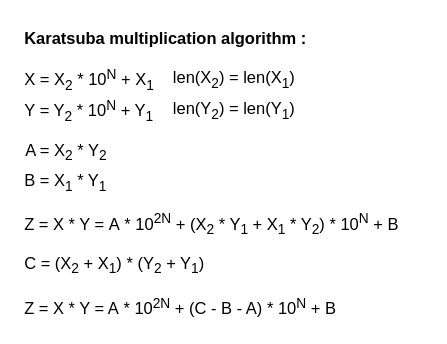
Above: projects/examples/source/08.14.drawio in i-s-m-mipt/Education (draw.io), before the change. Source tidied: cells renumbered, new cells numbered last; positions are measured from the earlier drawing's top-left corner, leaving out a move shared by most shapes. Both pictures are drawn from the tidied source at 103%, with x=0, y=0 at pixel (18, 18).
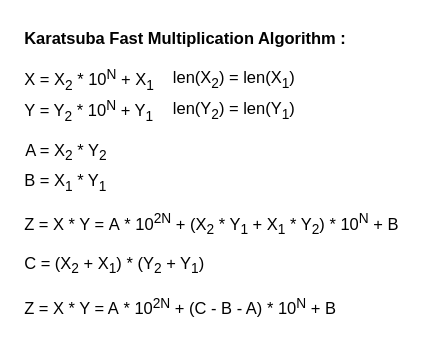
Above is the later version.

Change to the diagram source:
```diff
@@
 <mxGraphModel>
   <root>
     <mxCell id="0" />
     <mxCell id="1" parent="0" />
-    <mxCell id="2" value="&lt;font face=&quot;Helvetica&quot; style=&quot;font-size: 16px; color: rgb(0, 0, 0);&quot;&gt;&lt;b&gt;&lt;span style=&quot;background-color: rgb(255, 255, 255);&quot;&gt;&amp;nbsp;Karatsuba &lt;/span&gt;multiplication algorithm&amp;nbsp;:&lt;/b&gt;&lt;/font&gt;" style="text;html=1;align=left;verticalAlign=middle;whiteSpace=wrap;rounded=0;" parent="1" vertex="1">
-      <mxGeometry width="320" height="40" as="geometry" />
+    <mxCell id="2" value="&lt;font face=&quot;Helvetica&quot; style=&quot;font-size: 16px; color: rgb(0, 0, 0);&quot;&gt;&lt;b&gt;&lt;span style=&quot;background-color: rgb(255, 255, 255);&quot;&gt;&amp;nbsp;Karatsuba Fast M&lt;/span&gt;ultiplication Algorithm&amp;nbsp;:&lt;/b&gt;&lt;/font&gt;" style="text;html=1;align=left;verticalAlign=middle;whiteSpace=wrap;rounded=0;" parent="1" vertex="1">
+      <mxGeometry width="400" height="40" as="geometry" />
     </mxCell>
     <mxCell id="3" value="&lt;font style=&quot;&quot;&gt;&lt;span&gt;&lt;span style=&quot;font-size: 16px;&quot;&gt;&amp;nbsp;&lt;/span&gt;&lt;span style=&quot;font-size: 16px;&quot;&gt;X&lt;/span&gt;&lt;span style=&quot;font-size: 16px;&quot;&gt; = X&lt;sub&gt;2&lt;/sub&gt;&lt;/span&gt;&lt;span style=&quot;font-size: 16px;&quot;&gt;&amp;nbsp;* 10&lt;sup&gt;N&lt;/sup&gt;&lt;/span&gt;&lt;span style=&quot;font-size: 16px;&quot;&gt;&amp;nbsp;+ &lt;/span&gt;&lt;span style=&quot;font-size: 16px;&quot;&gt;X&lt;sub style=&quot;&quot;&gt;1&lt;/sub&gt;&lt;/span&gt;&lt;/span&gt;&lt;/font&gt;" style="text;html=1;align=left;verticalAlign=middle;whiteSpace=wrap;rounded=0;fontStyle=0;" parent="1" vertex="1">
       <mxGeometry y="40" width="140" height="40" as="geometry" />
     </mxCell>
     <mxCell id="4" value="&lt;font style=&quot;font-size: 16px;&quot;&gt;&lt;span&gt;&amp;nbsp;Y&amp;nbsp;= Y&lt;sub style=&quot;&quot;&gt;2&lt;/sub&gt;&amp;nbsp;* 10&lt;sup style=&quot;&quot;&gt;N&lt;/sup&gt; + Y&lt;sub style=&quot;&quot;&gt;1&lt;/sub&gt;&lt;/span&gt;&lt;/font&gt;" style="text;html=1;align=left;verticalAlign=middle;whiteSpace=wrap;rounded=0;fontStyle=0;" parent="1" vertex="1">
       <mxGeometry y="70" width="140" height="40" as="geometry" />
     </mxCell>
     <mxCell id="5" value="&lt;span&gt;&lt;font style=&quot;font-size: 16px;&quot;&gt;&amp;nbsp;Z&amp;nbsp;=&amp;nbsp;X * Y =&amp;nbsp;&lt;/font&gt;&lt;span style=&quot;font-size: 16px;&quot;&gt;A&amp;nbsp;* 10&lt;sup&gt;2N&lt;/sup&gt;&amp;nbsp;+ (X&lt;sub&gt;2&lt;/sub&gt; * Y&lt;sub&gt;1&lt;/sub&gt; + X&lt;sub&gt;1&lt;/sub&gt; * Y&lt;sub&gt;2&lt;/sub&gt;) * 10&lt;sup&gt;N&lt;/sup&gt; +&amp;nbsp;&lt;/span&gt;&lt;span style=&quot;font-size: 16px;&quot;&gt;B&lt;/span&gt;&lt;/span&gt;" style="text;html=1;align=left;verticalAlign=middle;whiteSpace=wrap;rounded=0;fontStyle=0;" parent="1" vertex="1">
       <mxGeometry y="180" width="380" height="40" as="geometry" />
     </mxCell>
     <mxCell id="6" value="&lt;font style=&quot;font-size: 16px;&quot;&gt;&lt;span&gt;&amp;nbsp;Z&amp;nbsp;=&amp;nbsp;X * Y = A&amp;nbsp;* 10&lt;sup&gt;2N&lt;/sup&gt; + (C - B - A) * 10&lt;sup&gt;N&lt;/sup&gt; + B&lt;/span&gt;&lt;/font&gt;" style="text;html=1;align=left;verticalAlign=middle;whiteSpace=wrap;rounded=0;fontStyle=0;" parent="1" vertex="1">
       <mxGeometry y="260" width="320" height="40" as="geometry" />
     </mxCell>
     <mxCell id="7" value="&lt;span style=&quot;font-size: 16px;&quot;&gt;&lt;span&gt;&amp;nbsp;A = X&lt;sub&gt;2&lt;/sub&gt; * Y&lt;sub&gt;2&lt;/sub&gt;&lt;/span&gt;&lt;/span&gt;" style="text;html=1;align=left;verticalAlign=middle;whiteSpace=wrap;rounded=0;fontStyle=0;" parent="1" vertex="1">
       <mxGeometry x="1" y="110" width="99" height="40" as="geometry" />
     </mxCell>
     <mxCell id="8" value="&lt;span&gt;&lt;span style=&quot;font-size: 16px;&quot;&gt;&amp;nbsp;&lt;/span&gt;&lt;span style=&quot;font-size: 16px;&quot;&gt;B&lt;/span&gt;&lt;span style=&quot;font-size: 16px;&quot;&gt;&amp;nbsp;= X&lt;sub&gt;1&lt;/sub&gt;&lt;/span&gt;&lt;span style=&quot;font-size: 16px;&quot;&gt;&amp;nbsp;* Y&lt;sub&gt;1&lt;/sub&gt;&lt;/span&gt;&lt;/span&gt;" style="text;html=1;align=left;verticalAlign=middle;whiteSpace=wrap;rounded=0;fontStyle=0;" parent="1" vertex="1">
       <mxGeometry y="140" width="100" height="40" as="geometry" />
     </mxCell>
     <mxCell id="9" value="&lt;span&gt;&lt;span style=&quot;font-size: 16px;&quot;&gt;&amp;nbsp;C&lt;/span&gt;&lt;span style=&quot;font-size: 16px;&quot;&gt;&amp;nbsp;= (X&lt;sub&gt;2&lt;/sub&gt; + X&lt;sub&gt;1&lt;/sub&gt;) * (Y&lt;sub&gt;2&lt;/sub&gt; + Y&lt;sub&gt;1&lt;/sub&gt;)&lt;/span&gt;&lt;/span&gt;" style="text;html=1;align=left;verticalAlign=middle;whiteSpace=wrap;rounded=0;fontStyle=0;" parent="1" vertex="1">
       <mxGeometry y="220" width="190" height="40" as="geometry" />
     </mxCell>
     <mxCell id="10" value="&lt;font style=&quot;font-size: 16px;&quot;&gt;len(X&lt;sub&gt;2&lt;/sub&gt;) = len(X&lt;sub&gt;1&lt;/sub&gt;)&lt;/font&gt;" style="text;html=1;align=center;verticalAlign=middle;whiteSpace=wrap;rounded=0;" parent="1" vertex="1">
       <mxGeometry x="140" y="40" width="140" height="40" as="geometry" />
     </mxCell>
     <mxCell id="11" value="&lt;font style=&quot;font-size: 16px;&quot;&gt;len(Y&lt;sub&gt;2&lt;/sub&gt;) = len(Y&lt;sub&gt;1&lt;/sub&gt;)&lt;/font&gt;" style="text;html=1;align=center;verticalAlign=middle;whiteSpace=wrap;rounded=0;" parent="1" vertex="1">
       <mxGeometry x="140" y="70" width="140" height="40" as="geometry" />
     </mxCell>
   </root>
 </mxGraphModel>
```
